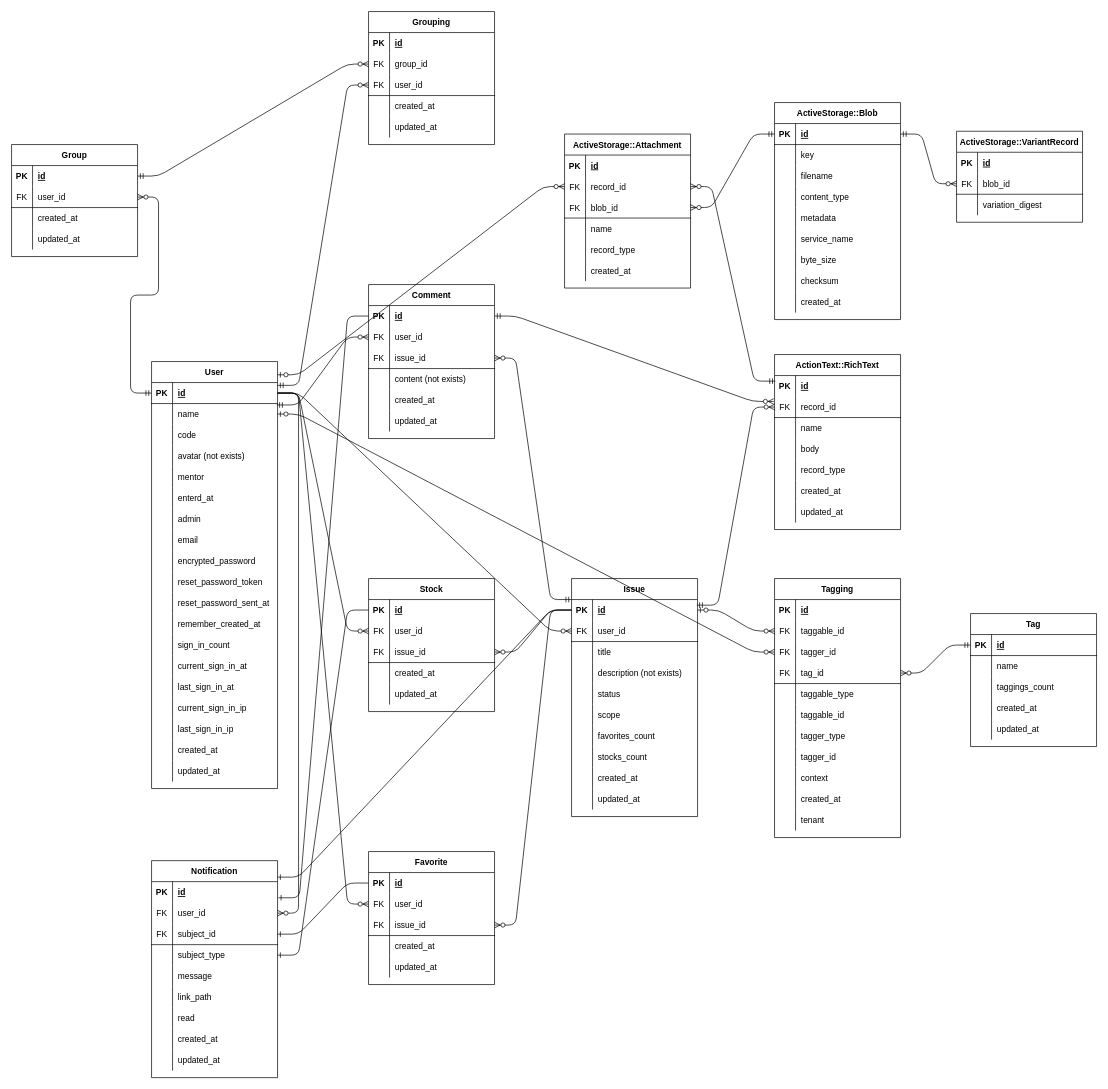
Above: RDD/ER.drawio in fumtas1k/issues_app (draw.io), before the change. Source tidied: cells renumbered, new cells numbered last; positions are measured from the earlier drawing's top-left corner, leaving out a move shared by most shapes. Both pictures are drawn from the tidied source at 70%, with x=0, y=0 at pixel (11, 11).
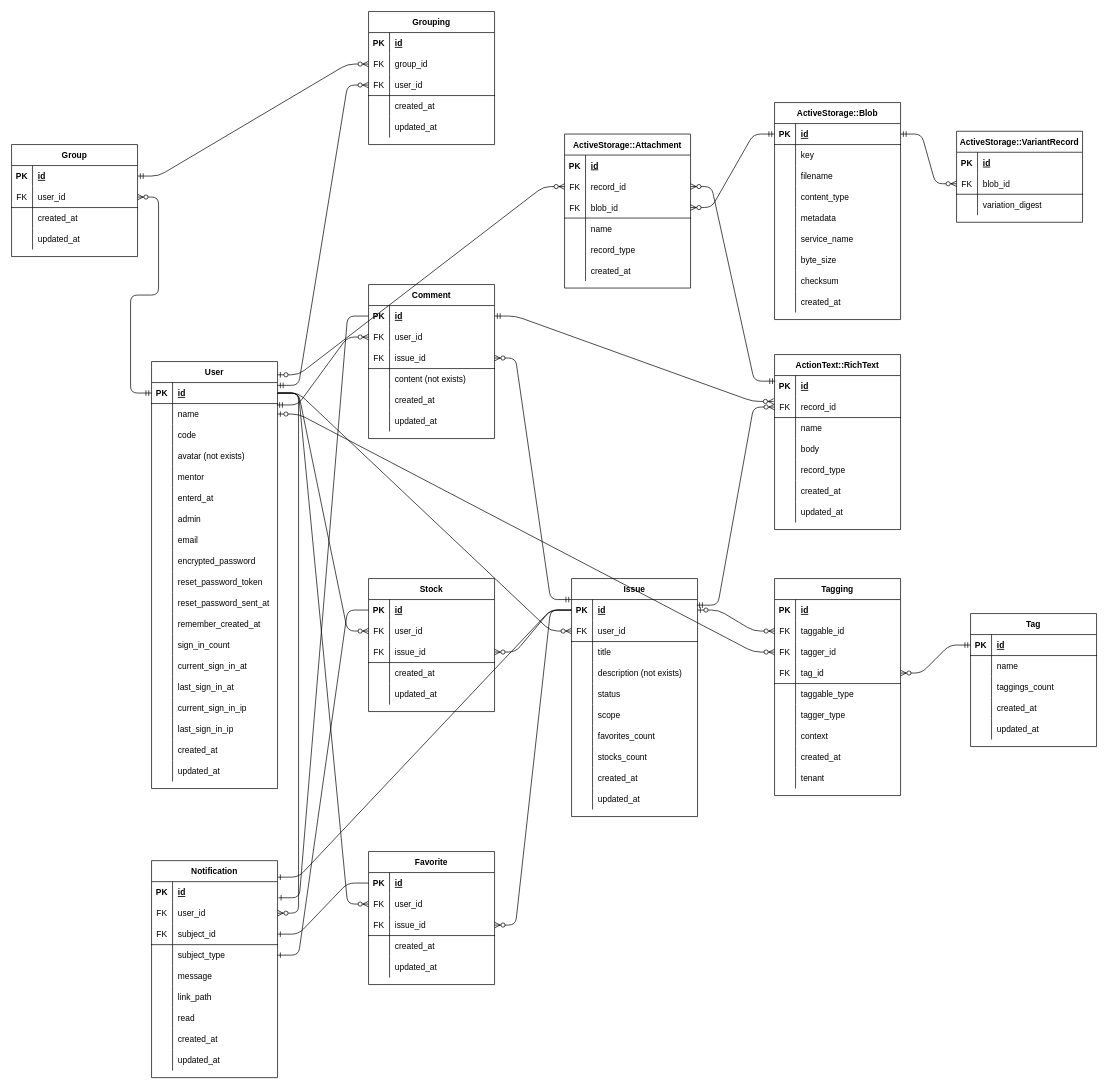
The same diagram, later.

Commit message (it also covers changes not shown here):
fix:ER図の属性に重複があったため修正

Change to the diagram source:
```diff
@@
     <mxCell id="249" value="Tagging" style="shape=table;startSize=30;childLayout=tableLayout;rowLines=0;fontStyle=1;align=center;" parent="1" vertex="1">
-      <mxGeometry x="1090" y="810" width="180" height="370" as="geometry" />
+      <mxGeometry x="1090" y="810" width="180" height="310" as="geometry" />
     </mxCell>
@@
-    <mxCell id="265" style="shape=partialRectangle;fillColor=none;top=0;left=0;bottom=0;right=0;" parent="249" vertex="1">
-      <mxGeometry y="180" width="180" height="30" as="geometry" />
-    </mxCell>
-    <mxCell id="266" style="shape=partialRectangle;fillColor=none;top=0;left=0;bottom=0;right=0;overflow=hidden;" parent="265" vertex="1">
-      <mxGeometry width="30" height="30" as="geometry" />
-    </mxCell>
-    <mxCell id="267" value="taggable_id" style="shape=partialRectangle;fillColor=none;top=0;left=0;bottom=0;right=0;align=left;spacingLeft=6;overflow=hidden;" parent="265" vertex="1">
-      <mxGeometry x="30" width="150" height="30" as="geometry" />
-    </mxCell>
     <mxCell id="268" style="shape=partialRectangle;fillColor=none;top=0;left=0;bottom=0;right=0;" parent="249" vertex="1">
-      <mxGeometry y="210" width="180" height="30" as="geometry" />
+      <mxGeometry y="180" width="180" height="30" as="geometry" />
     </mxCell>
@@
-    <mxCell id="271" style="shape=partialRectangle;fillColor=none;top=0;left=0;bottom=0;right=0;" parent="249" vertex="1">
-      <mxGeometry y="240" width="180" height="30" as="geometry" />
-    </mxCell>
-    <mxCell id="272" style="shape=partialRectangle;fillColor=none;top=0;left=0;bottom=0;right=0;overflow=hidden;" parent="271" vertex="1">
-      <mxGeometry width="30" height="30" as="geometry" />
-    </mxCell>
-    <mxCell id="273" value="tagger_id" style="shape=partialRectangle;fillColor=none;top=0;left=0;bottom=0;right=0;align=left;spacingLeft=6;overflow=hidden;" parent="271" vertex="1">
-      <mxGeometry x="30" width="150" height="30" as="geometry" />
-    </mxCell>
     <mxCell id="274" style="shape=partialRectangle;fillColor=none;top=0;left=0;bottom=0;right=0;" parent="249" vertex="1">
-      <mxGeometry y="270" width="180" height="30" as="geometry" />
+      <mxGeometry y="210" width="180" height="30" as="geometry" />
     </mxCell>
@@
     <mxCell id="277" style="shape=partialRectangle;fillColor=none;top=0;left=0;bottom=0;right=0;" parent="249" vertex="1">
-      <mxGeometry y="300" width="180" height="30" as="geometry" />
+      <mxGeometry y="240" width="180" height="30" as="geometry" />
     </mxCell>
@@
     <mxCell id="280" style="shape=partialRectangle;fillColor=none;top=0;left=0;bottom=0;right=0;" parent="249" vertex="1">
-      <mxGeometry y="330" width="180" height="30" as="geometry" />
+      <mxGeometry y="270" width="180" height="30" as="geometry" />
     </mxCell>
```
